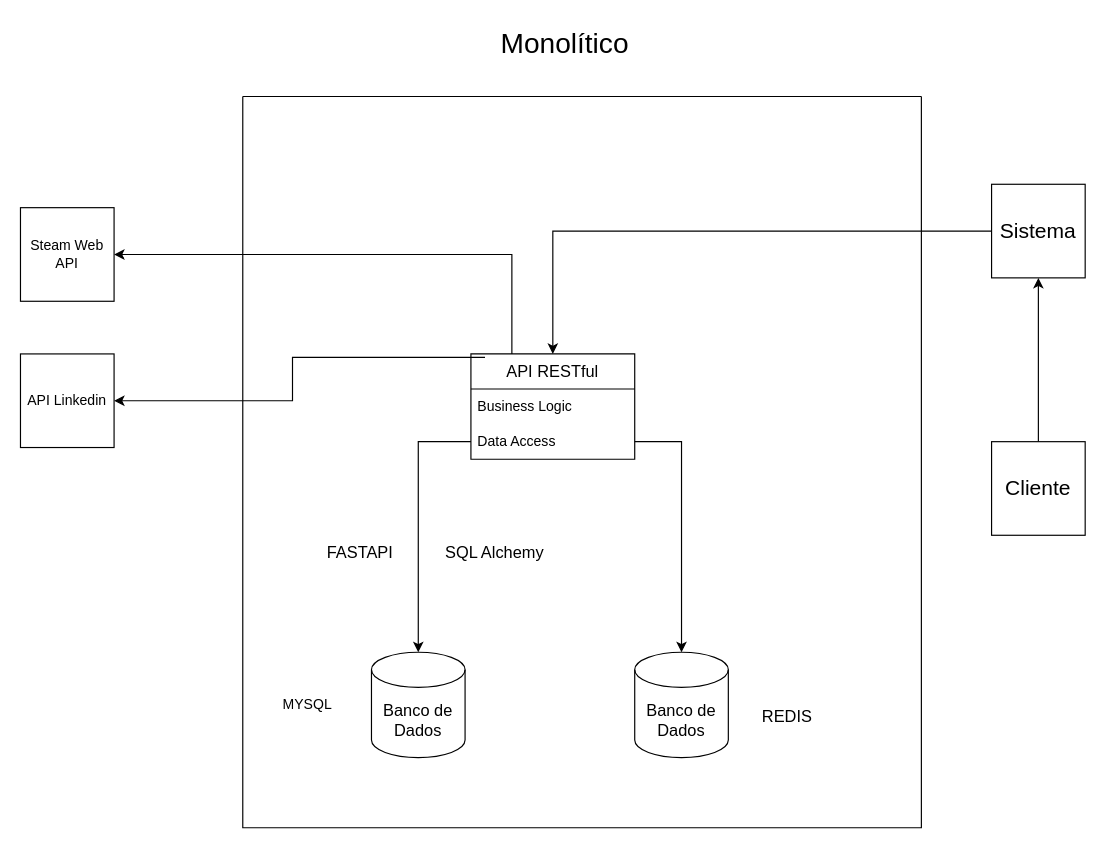
This is Arquitetura Games Database API.drawio from DavidGaleno/api-games, a draw.io file, before an edit. Source tidied: cells renumbered, new cells numbered last; positions are measured from the earlier drawing's top-left corner, leaving out a move shared by most shapes. Both pictures are drawn from the tidied source at 117%, with x=0, y=0 at pixel (20, 20).
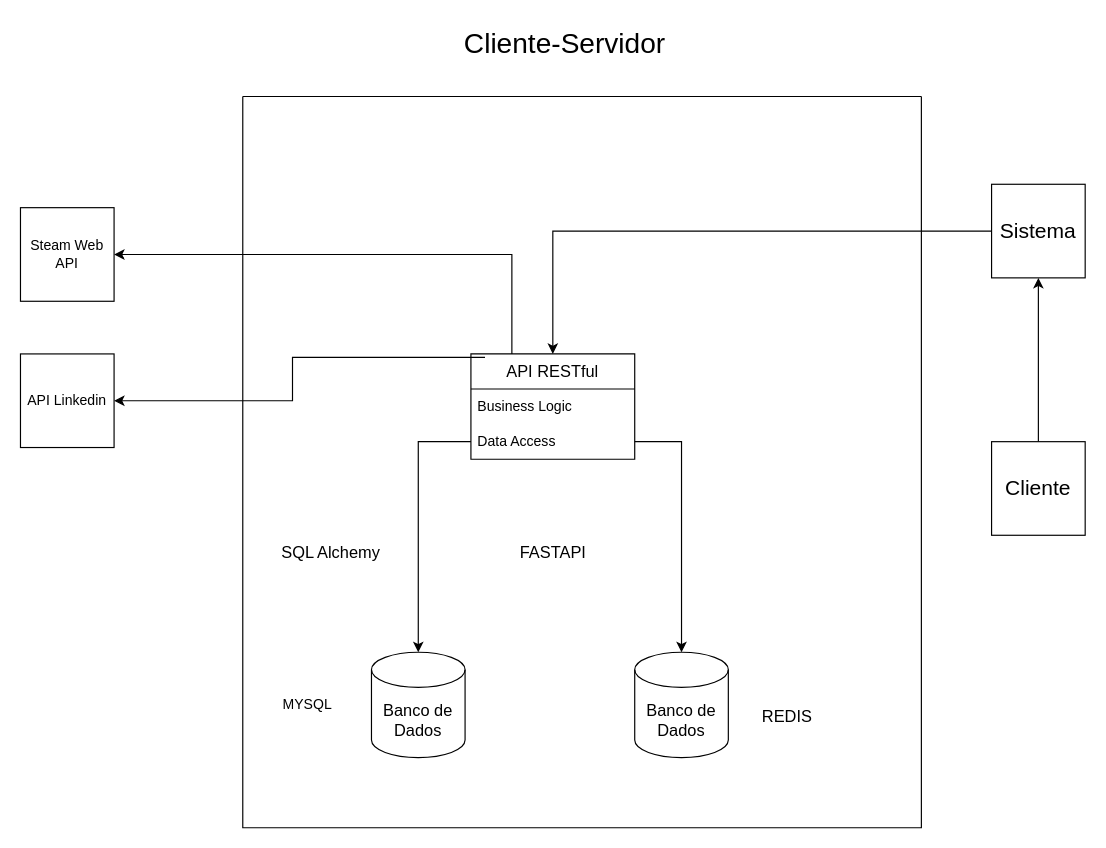
The same page after the edit.

The change refers to these unchanged cells:
```xml
<mxCell id="15" style="swimlane;startSize=0;" parent="1" vertex="1">
  <mxGeometry x="190" y="65" width="580" height="625" as="geometry" />
</mxCell>
```

What changed in the source:
```diff
@@
-    <mxCell id="5" value="&lt;font style=&quot;font-size: 14px;&quot;&gt;FASTAPI&lt;/font&gt;" style="text;html=1;align=center;verticalAlign=middle;strokeColor=none;fillColor=none;" parent="1" vertex="1">
-      <mxGeometry x="250" y="440" width="80" height="30" as="geometry" />
-    </mxCell>
@@
     <mxCell id="16" value="&lt;font style=&quot;font-size: 14px;&quot;&gt;SQL Alchemy&lt;/font&gt;" style="text;html=1;align=center;verticalAlign=middle;strokeColor=none;fillColor=none;" parent="15" vertex="1">
-      <mxGeometry x="160" y="375" width="110" height="30" as="geometry" />
+      <mxGeometry x="20" y="375" width="110" height="30" as="geometry" />
     </mxCell>
+    <mxCell id="5" value="&lt;font style=&quot;font-size: 14px;&quot;&gt;FASTAPI&lt;/font&gt;" style="text;html=1;align=center;verticalAlign=middle;strokeColor=none;fillColor=none;" parent="15" vertex="1">
+      <mxGeometry x="225" y="375" width="80" height="30" as="geometry" />
+    </mxCell>
-    <mxCell id="17" value="&lt;font style=&quot;font-size: 24px;&quot;&gt;Monolítico&lt;/font&gt;" style="text;html=1;align=center;verticalAlign=middle;strokeColor=none;fillColor=none;" parent="1" vertex="1">
-      <mxGeometry x="400" width="130" height="40" as="geometry" />
+    <mxCell id="17" value="&lt;span style=&quot;font-size: 24px;&quot;&gt;Cliente-Servidor&lt;/span&gt;" style="text;html=1;align=center;verticalAlign=middle;strokeColor=none;fillColor=none;" parent="1" vertex="1">
+      <mxGeometry x="365" width="200" height="40" as="geometry" />
     </mxCell>
```
